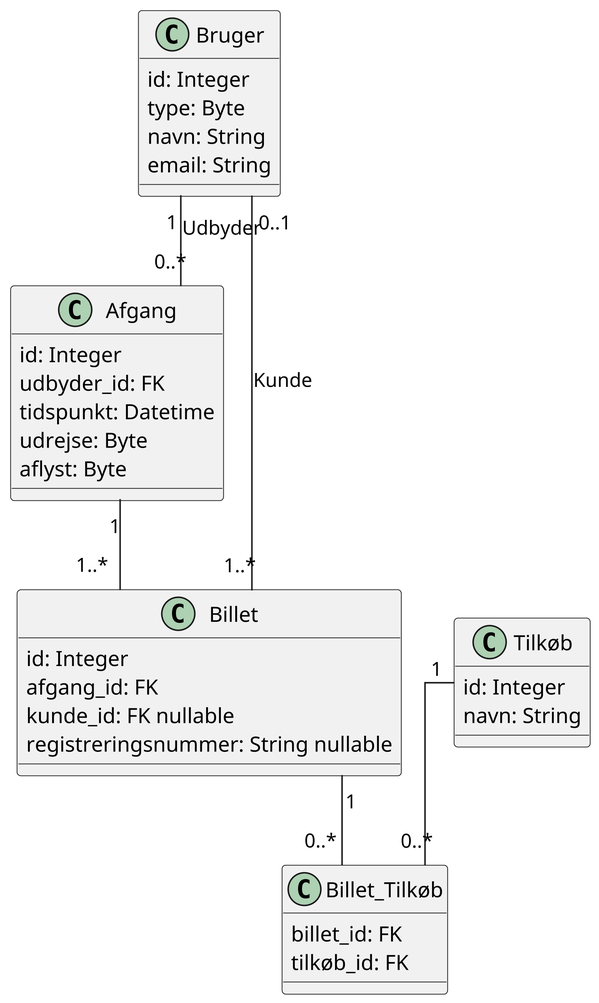
marc8193/H6PD080126 keeps this PlantUML diagram as documentation/data_model.png. Above is the earlier version.
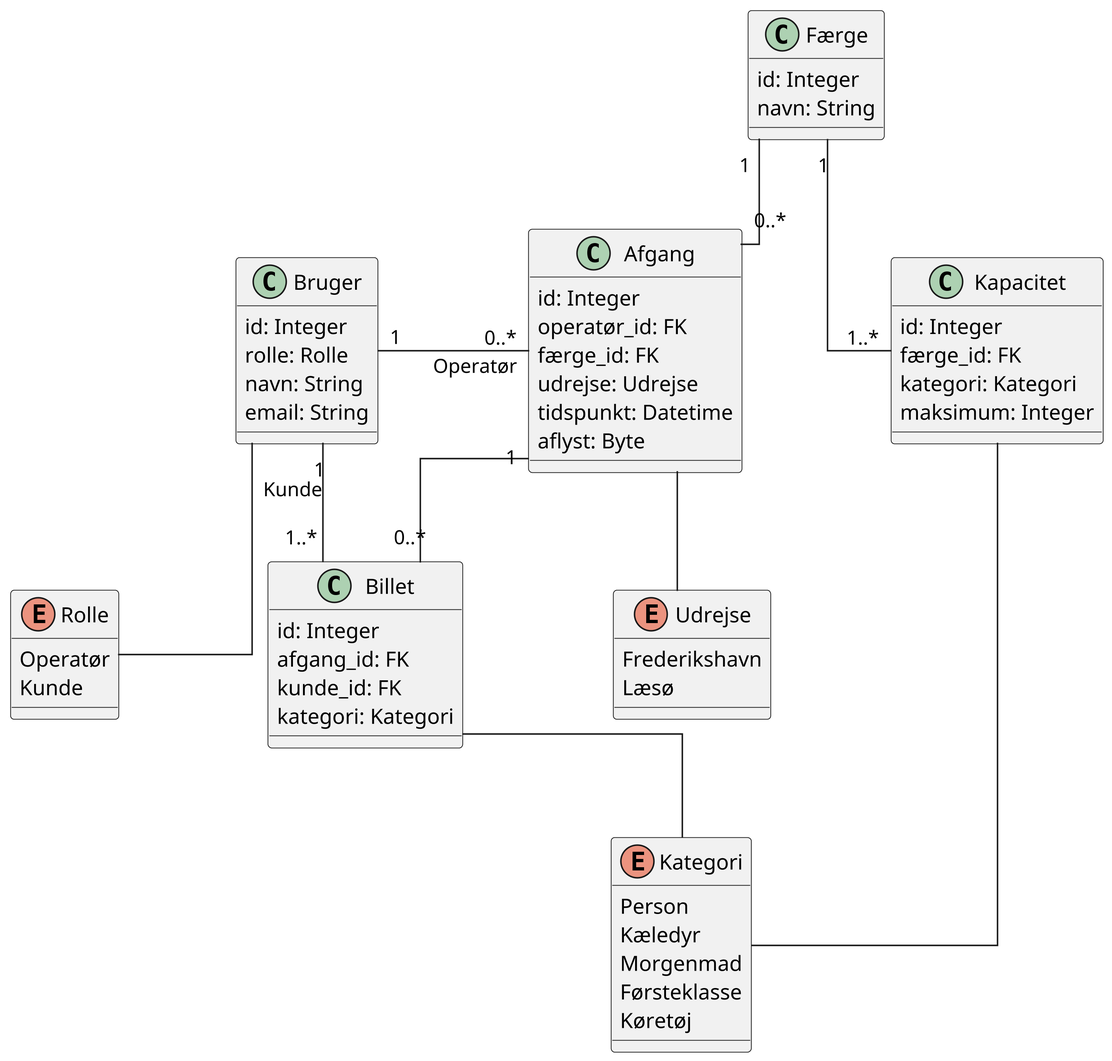
The same diagram one commit later.

Diff of the diagram source:
```diff
@@ -1,44 +1,79 @@
 @startuml
 skinparam linetype ortho
 skinparam dpi 400
+skinparam nodesep 100
 
-class Bruger {
+enum Rolle
+{
+  Operatør
+  Kunde
+}
+
+class Bruger
+{
   id: Integer
-  type: Byte
+  rolle: Rolle
   navn: String
   email: String
 }
 
-class Afgang {
-  id: Integer
-  udbyder_id: FK
-  tidspunkt: Datetime
-  udrejse: Byte
-  aflyst: Byte
+enum Udrejse
+{
+  Frederikshavn
+  Læsø
 }
 
-class Billet {
-  id: Integer
-  afgang_id: FK
-  kunde_id: FK nullable
-  registreringsnummer: String nullable
-}
-
-class Tilkøb {
+class Færge
+{
   id: Integer
   navn: String
 }
 
-class Billet_Tilkøb {
-  billet_id: FK
-  tilkøb_id: FK
+enum Kategori
+{
+  Person
+  Kæledyr
+  Morgenmad
+  Førsteklasse
+  Køretøj
 }
 
-Bruger "1" -- "0..*" Afgang: Udbyder
-Afgang "1" -- "1..*" Billet
-Bruger "0..1" -- "1..*" Billet: Kunde
+class Kapacitet
+{
+  id: Integer
+  færge_id: FK
+  kategori: Kategori
+  maksimum: Integer
+}
 
-Billet "1" -- "0..*" Billet_Tilkøb
-Tilkøb "1" -- "0..*" Billet_Tilkøb
+class Afgang
+{
+  id: Integer
+  operatør_id: FK
+  færge_id: FK
+  udrejse: Udrejse
+  tidspunkt: Datetime
+  aflyst: Byte
+}
+
+class Billet
+{
+  id: Integer
+  afgang_id: FK
+  kunde_id: FK
+  kategori: Kategori
+}
+
+Bruger -- Rolle
+Afgang -- Udrejse
+Billet -- Kategori
+Kapacitet -- Kategori
+
+Bruger "1" -right- "0..*" Afgang: Operatør
+Færge "1" -- "0..*" Afgang
+Færge "1" -- "1..*" Kapacitet
+
+Afgang "1" -- "0..*" Billet
+Bruger "1" -- "1..*" Billet: Kunde
 
 @enduml
```
